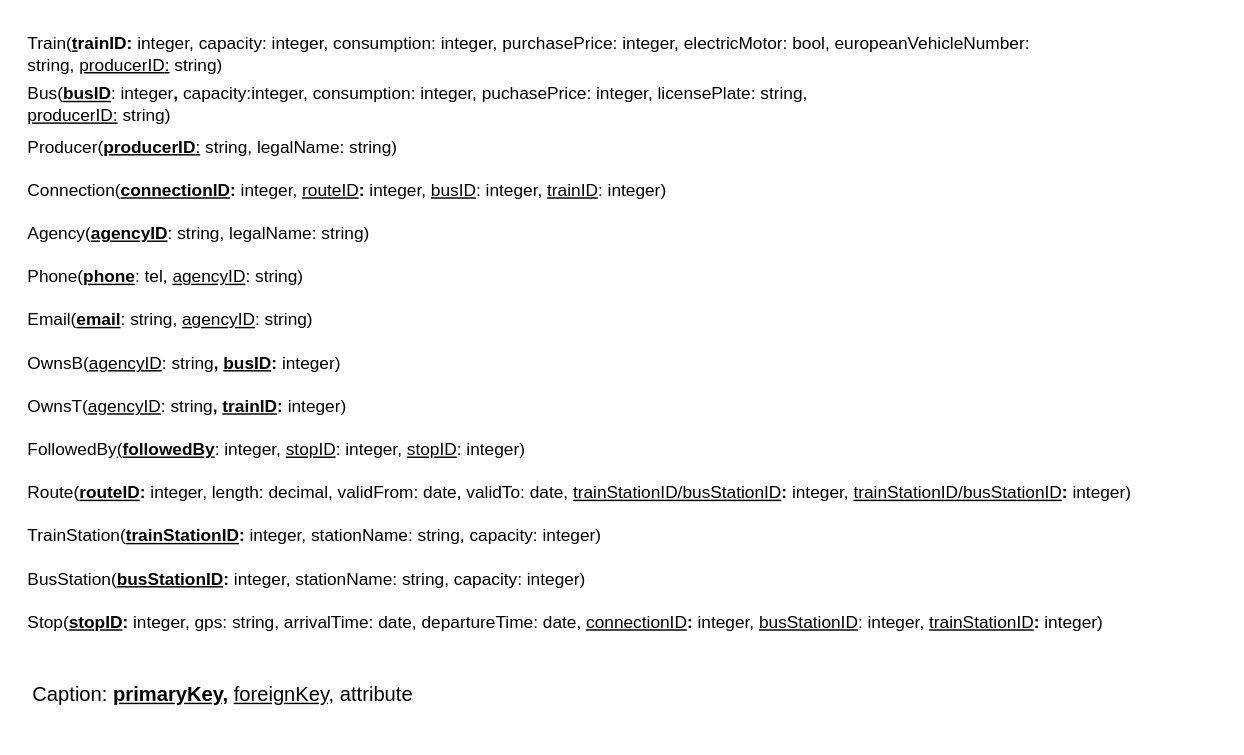
Before: 4/model/relational.drawio in zhukovdm/T1G4, a draw.io diagram. Source tidied: cells renumbered, new cells numbered last; positions are measured from the earlier drawing's top-left corner, leaving out a move shared by most shapes. Both pictures are drawn from the tidied source at 144%, with x=0, y=0 at pixel (24, 24).
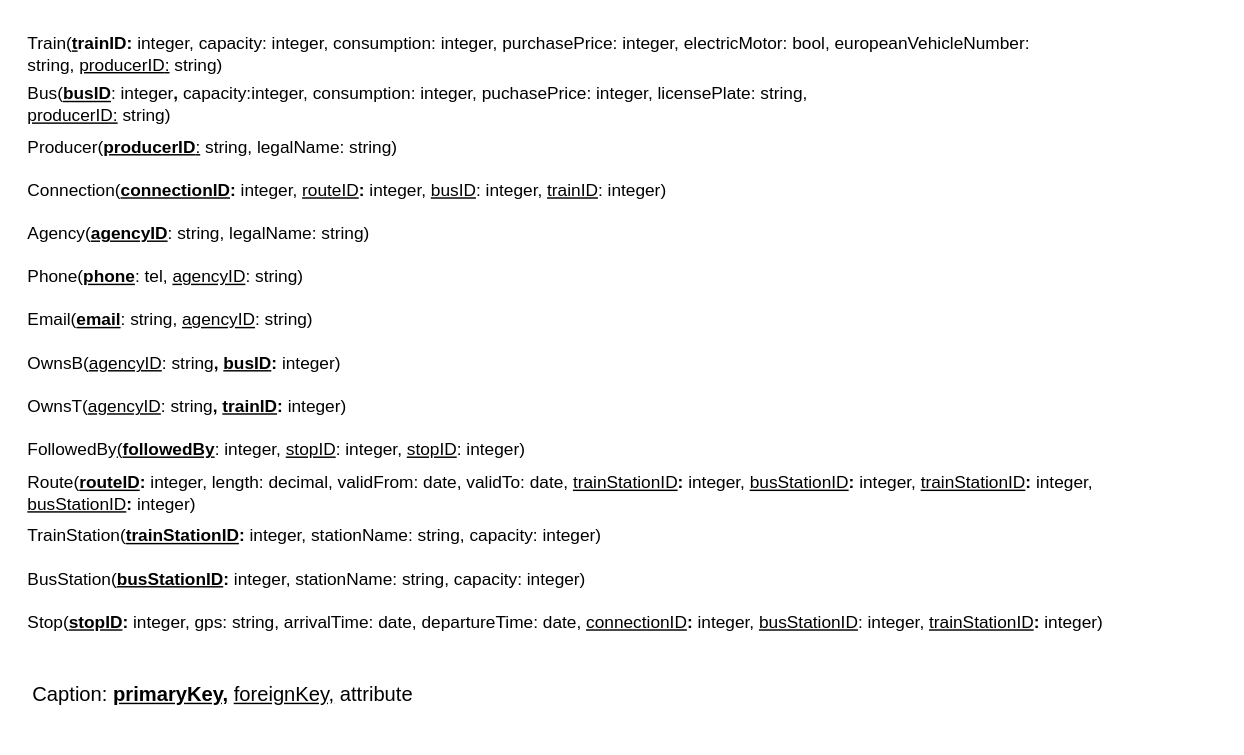
After the change.

Commit message (it also covers changes not shown here):
fixing stop table

The edit, as a diff of the source:
```diff
@@
 <mxGraphModel>
   <root>
     <mxCell id="0" />
     <mxCell id="1" parent="0" />
     <mxCell id="2" value="Train(&lt;b&gt;&lt;u&gt;t&lt;/u&gt;&lt;/b&gt;&lt;b&gt;rainID:&lt;/b&gt;&amp;nbsp;integer, capacity: integer, consumption: integer, purchasePrice: integer, electricMotor: bool, europeanVehicleNumber: string, &lt;u&gt;producerID&lt;/u&gt;&lt;u&gt;:&lt;/u&gt;&amp;nbsp;string)" style="text;html=1;strokeColor=none;fillColor=none;align=left;verticalAlign=middle;whiteSpace=wrap;rounded=0;" parent="1" vertex="1">
       <mxGeometry width="700" height="40" as="geometry" />
     </mxCell>
     <mxCell id="3" value="Bus(&lt;u style=&quot;font-weight: bold&quot;&gt;busID&lt;/u&gt;: integer&lt;u style=&quot;font-weight: bold&quot;&gt;,&lt;/u&gt; capacity:integer, consumption: integer, puchasePrice: integer, licensePlate: string, &lt;u&gt;producerID:&lt;/u&gt;&amp;nbsp;string)" style="text;html=1;strokeColor=none;fillColor=none;align=left;verticalAlign=middle;whiteSpace=wrap;rounded=0;" parent="1" vertex="1">
       <mxGeometry y="40" width="550" height="30" as="geometry" />
     </mxCell>
     <mxCell id="4" value="Producer(&lt;b&gt;&lt;u&gt;producerID&lt;/u&gt;&lt;/b&gt;&lt;u&gt;:&lt;/u&gt;&amp;nbsp;string, legalName: string)" style="text;html=1;strokeColor=none;fillColor=none;align=left;verticalAlign=middle;whiteSpace=wrap;rounded=0;" parent="1" vertex="1">
       <mxGeometry y="70" width="260" height="30" as="geometry" />
     </mxCell>
     <mxCell id="5" value="Connection(&lt;b&gt;&lt;u&gt;connectionID&lt;/u&gt;&lt;/b&gt;&lt;b&gt;:&lt;/b&gt;&amp;nbsp;integer, &lt;u&gt;routeID&lt;/u&gt;&lt;b&gt;:&lt;/b&gt;&amp;nbsp;integer, &lt;u&gt;busID&lt;/u&gt;: integer,&amp;nbsp;&lt;u&gt;trainID&lt;/u&gt;: integer)" style="text;html=1;strokeColor=none;fillColor=none;align=left;verticalAlign=middle;whiteSpace=wrap;rounded=0;" parent="1" vertex="1">
       <mxGeometry y="100" width="460" height="30" as="geometry" />
     </mxCell>
     <mxCell id="6" style="edgeStyle=none;html=1;" parent="1" edge="1" target="5">
       <mxGeometry relative="1" as="geometry">
         <mxPoint x="180" y="130" as="sourcePoint" />
       </mxGeometry>
     </mxCell>
     <mxCell id="7" value="Agency(&lt;b&gt;&lt;u&gt;agencyID&lt;/u&gt;&lt;/b&gt;: string, legalName: string)" style="text;html=1;strokeColor=none;fillColor=none;align=left;verticalAlign=middle;whiteSpace=wrap;rounded=0;" parent="1" vertex="1">
       <mxGeometry y="130" width="240" height="30" as="geometry" />
     </mxCell>
     <mxCell id="8" value="Phone(&lt;b&gt;&lt;u&gt;phone&lt;/u&gt;&lt;/b&gt;: tel, &lt;u&gt;agencyID&lt;/u&gt;: string)" style="text;html=1;strokeColor=none;fillColor=none;align=left;verticalAlign=middle;whiteSpace=wrap;rounded=0;" parent="1" vertex="1">
       <mxGeometry y="160" width="200" height="30" as="geometry" />
     </mxCell>
     <mxCell id="9" value="Email(&lt;b&gt;&lt;u&gt;email&lt;/u&gt;&lt;/b&gt;: string, &lt;u&gt;agencyID&lt;/u&gt;: string)" style="text;html=1;strokeColor=none;fillColor=none;align=left;verticalAlign=middle;whiteSpace=wrap;rounded=0;" parent="1" vertex="1">
       <mxGeometry y="190" width="210" height="30" as="geometry" />
     </mxCell>
     <mxCell id="10" value="OwnsB(&lt;u&gt;agencyID&lt;/u&gt;: string&lt;b&gt;, &lt;u&gt;busID&lt;/u&gt;&lt;/b&gt;&lt;b&gt;:&lt;/b&gt;&amp;nbsp;integer)" style="text;html=1;strokeColor=none;fillColor=none;align=left;verticalAlign=middle;whiteSpace=wrap;rounded=0;" parent="1" vertex="1">
       <mxGeometry y="220" width="260" height="30" as="geometry" />
     </mxCell>
     <mxCell id="11" value="Stop(&lt;b&gt;&lt;u&gt;stopID&lt;/u&gt;&lt;/b&gt;&lt;b&gt;:&lt;/b&gt;&amp;nbsp;integer, gps: string, arrivalTime: date, departureTime: date, &lt;u&gt;connectionID&lt;/u&gt;&lt;b&gt;:&lt;/b&gt;&amp;nbsp;integer, &lt;u&gt;busStationID&lt;/u&gt;:&amp;nbsp;integer,&amp;nbsp;&lt;u&gt;trainStationID&lt;/u&gt;&lt;b&gt;:&lt;/b&gt;&amp;nbsp;integer)" style="text;html=1;strokeColor=none;fillColor=none;align=left;verticalAlign=middle;whiteSpace=wrap;rounded=0;" parent="1" vertex="1">
       <mxGeometry y="400" width="830" height="30" as="geometry" />
     </mxCell>
-    <mxCell id="12" value="Route(&lt;b&gt;&lt;u&gt;routeID&lt;/u&gt;&lt;/b&gt;&lt;b&gt;:&lt;/b&gt;&amp;nbsp;integer,&amp;nbsp;length: decimal, validFrom: date, validTo: date, &lt;u&gt;trainStationID/busStationID&lt;/u&gt;&lt;b&gt;:&lt;/b&gt;&amp;nbsp;integer, &lt;u&gt;trainStationID/busStationID&lt;/u&gt;&lt;b&gt;:&lt;/b&gt;&amp;nbsp;integer)" style="text;html=1;strokeColor=none;fillColor=none;align=left;verticalAlign=middle;whiteSpace=wrap;rounded=0;" parent="1" vertex="1">
+    <mxCell id="12" value="Route(&lt;b&gt;&lt;u&gt;routeID&lt;/u&gt;&lt;/b&gt;&lt;b&gt;:&lt;/b&gt;&amp;nbsp;integer,&amp;nbsp;length: decimal, validFrom: date, validTo: date, &lt;u&gt;trainStationID&lt;/u&gt;&lt;b&gt;:&lt;/b&gt;&amp;nbsp;integer,&amp;nbsp;&lt;u&gt;busStationID&lt;/u&gt;&lt;b&gt;:&lt;/b&gt;&amp;nbsp;integer, &lt;u&gt;trainStationID&lt;/u&gt;&lt;b&gt;:&lt;/b&gt;&amp;nbsp;integer,&amp;nbsp;&lt;u&gt;&lt;br&gt;busStationID&lt;/u&gt;&lt;b&gt;:&lt;/b&gt;&amp;nbsp;integer)" style="text;html=1;strokeColor=none;fillColor=none;align=left;verticalAlign=middle;whiteSpace=wrap;rounded=0;" parent="1" vertex="1">
       <mxGeometry y="310" width="770" height="30" as="geometry" />
     </mxCell>
     <mxCell id="13" style="edgeStyle=none;html=1;" parent="1" edge="1" source="14" target="12">
       <mxGeometry relative="1" as="geometry" />
     </mxCell>
     <mxCell id="14" value="TrainStation(&lt;b&gt;&lt;u&gt;trainStationID&lt;/u&gt;&lt;/b&gt;&lt;b&gt;:&lt;/b&gt;&amp;nbsp;integer, stationName: string, capacity: integer)&amp;nbsp;&amp;nbsp;" style="text;html=1;strokeColor=none;fillColor=none;align=left;verticalAlign=middle;whiteSpace=wrap;rounded=0;" parent="1" vertex="1">
       <mxGeometry y="340" width="410" height="30" as="geometry" />
     </mxCell>
     <mxCell id="15" value="BusStation(&lt;b&gt;&lt;u&gt;busStationID&lt;/u&gt;&lt;/b&gt;&lt;b&gt;:&lt;/b&gt;&amp;nbsp;integer, stationName: string, capacity: integer)" style="text;html=1;strokeColor=none;fillColor=none;align=left;verticalAlign=middle;whiteSpace=wrap;rounded=0;" parent="1" vertex="1">
       <mxGeometry y="370" width="390" height="30" as="geometry" />
     </mxCell>
     <mxCell id="16" value="&lt;font style=&quot;font-size: 14px&quot;&gt;Caption: &lt;b&gt;&lt;u&gt;primaryKey,&lt;/u&gt;&amp;nbsp;&lt;/b&gt;&lt;u&gt;foreignKey,&lt;/u&gt;&amp;nbsp;attribute&lt;/font&gt;" style="text;html=1;strokeColor=none;fillColor=none;align=center;verticalAlign=middle;whiteSpace=wrap;rounded=0;" parent="1" vertex="1">
       <mxGeometry y="440" width="275" height="50" as="geometry" />
     </mxCell>
     <mxCell id="17" value="&lt;div&gt;FollowedBy&lt;u&gt;(&lt;/u&gt;&lt;b&gt;&lt;u&gt;followedBy&lt;/u&gt;&lt;/b&gt;&lt;span&gt;: integer&lt;/span&gt;,&amp;nbsp;&lt;u&gt;stopID&lt;/u&gt;: integer, &lt;u&gt;stopID&lt;/u&gt;: integer)&lt;/div&gt;" style="text;html=1;strokeColor=none;fillColor=none;align=left;verticalAlign=middle;whiteSpace=wrap;rounded=0;" parent="1" vertex="1">
       <mxGeometry y="280" width="400" height="30" as="geometry" />
     </mxCell>
     <mxCell id="18" value="&lt;span&gt;OwnsT(&lt;/span&gt;&lt;u&gt;agencyID&lt;/u&gt;&lt;span&gt;: string&lt;/span&gt;&lt;b&gt;,&amp;nbsp;&lt;u&gt;trainID&lt;/u&gt;&lt;/b&gt;&lt;b&gt;:&lt;/b&gt;&lt;span&gt;&amp;nbsp;integer)&lt;/span&gt;" style="text;html=1;strokeColor=none;fillColor=none;align=left;verticalAlign=middle;whiteSpace=wrap;rounded=0;" parent="1" vertex="1">
       <mxGeometry y="250" width="390" height="30" as="geometry" />
     </mxCell>
   </root>
 </mxGraphModel>
```
